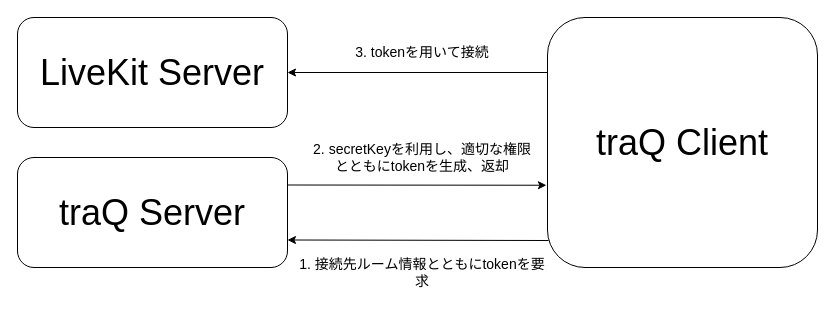
Before: docs/flow.drawio in hijiki51/traq-custom-webrtc-demo, a draw.io diagram. Source tidied: cells renumbered, new cells numbered last; positions are measured from the earlier drawing's top-left corner, leaving out a move shared by most shapes. Both pictures are drawn from the tidied source at 100%, with x=0, y=0 at pixel (17, 17).
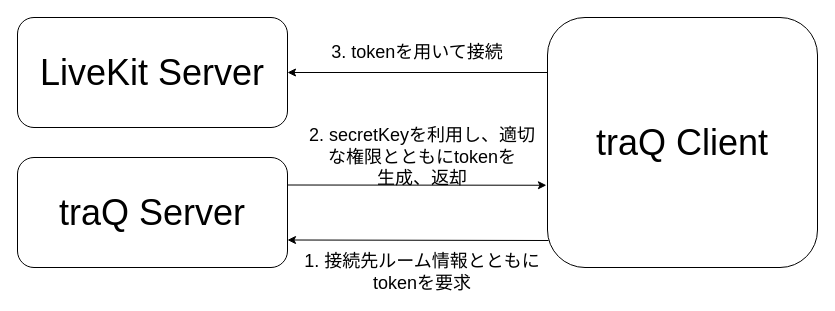
After the change.

What changed in the source:
```diff
@@
 <mxGraphModel>
   <root>
     <mxCell id="0" />
     <mxCell id="1" parent="0" />
     <mxCell id="2" style="group;" parent="1" vertex="1">
       <mxGeometry width="800" height="270" as="geometry" />
     </mxCell>
     <mxCell id="3" value="&lt;font style=&quot;font-size: 36px&quot;&gt;LiveKit Server&lt;/font&gt;" style="rounded=1;whiteSpace=wrap;html=1;" parent="2" vertex="1">
       <mxGeometry width="270" height="110" as="geometry" />
     </mxCell>
     <mxCell id="4" value="&lt;font style=&quot;font-size: 36px&quot;&gt;traQ Server&lt;/font&gt;" style="rounded=1;whiteSpace=wrap;html=1;" parent="2" vertex="1">
       <mxGeometry y="140" width="270" height="110" as="geometry" />
     </mxCell>
     <mxCell id="5" value="&lt;font style=&quot;font-size: 36px&quot;&gt;traQ Client&lt;/font&gt;" style="rounded=1;whiteSpace=wrap;html=1;" parent="2" vertex="1">
       <mxGeometry x="530" width="270" height="250" as="geometry" />
     </mxCell>
     <mxCell id="6" style="endArrow=classic;html=1;entryX=1;entryY=0.75;entryDx=0;entryDy=0;exitX=0.004;exitY=0.892;exitDx=0;exitDy=0;exitPerimeter=0;" parent="2" edge="1" source="5" target="4">
       <mxGeometry relative="1" as="geometry" />
     </mxCell>
     <mxCell id="7" style="endArrow=classic;html=1;exitX=1;exitY=0.25;exitDx=0;exitDy=0;entryX=-0.004;entryY=0.671;entryDx=0;entryDy=0;entryPerimeter=0;" parent="2" edge="1" source="4" target="5">
       <mxGeometry relative="1" as="geometry" />
     </mxCell>
     <mxCell id="8" style="endArrow=classic;html=1;entryX=1;entryY=0.5;entryDx=0;entryDy=0;exitX=-0.001;exitY=0.22;exitDx=0;exitDy=0;exitPerimeter=0;" parent="2" edge="1" source="5" target="3">
       <mxGeometry relative="1" as="geometry" />
     </mxCell>
-    <mxCell id="9" value="&lt;font style=&quot;font-size: 14px&quot;&gt;1. 接続先ルーム情報とともにtokenを要求&lt;/font&gt;" style="text;html=1;strokeColor=none;fillColor=none;align=center;verticalAlign=middle;whiteSpace=wrap;rounded=0;" parent="2" vertex="1">
+    <mxCell id="9" value="&lt;font style=&quot;font-size: 18px&quot;&gt;1. 接続先ルーム情報とともにtokenを要求&lt;/font&gt;" style="text;html=1;strokeColor=none;fillColor=none;align=center;verticalAlign=middle;whiteSpace=wrap;rounded=0;" parent="2" vertex="1">
       <mxGeometry x="280" y="240" width="250" height="30" as="geometry" />
     </mxCell>
-    <mxCell id="10" value="&lt;font style=&quot;font-size: 14px&quot;&gt;2. secretKeyを利用し、適切な権限とともにtokenを生成、返却&lt;/font&gt;" style="text;html=1;strokeColor=none;fillColor=none;align=center;verticalAlign=middle;whiteSpace=wrap;rounded=0;" parent="2" vertex="1">
+    <mxCell id="10" value="&lt;font style=&quot;font-size: 18px&quot;&gt;2. secretKeyを利用し、適切な権限とともにtokenを&lt;br&gt;生成、返却&lt;/font&gt;" style="text;html=1;strokeColor=none;fillColor=none;align=center;verticalAlign=middle;whiteSpace=wrap;rounded=0;" parent="2" vertex="1">
       <mxGeometry x="290" y="120" width="230" height="40" as="geometry" />
     </mxCell>
-    <mxCell id="11" value="&lt;font style=&quot;font-size: 14px&quot;&gt;3. tokenを用いて接続&lt;/font&gt;" style="text;html=1;strokeColor=none;fillColor=none;align=center;verticalAlign=middle;whiteSpace=wrap;rounded=0;" parent="2" vertex="1">
-      <mxGeometry x="320" y="20" width="170" height="30" as="geometry" />
+    <mxCell id="11" value="&lt;font style=&quot;font-size: 18px&quot;&gt;3. tokenを用いて接続&lt;/font&gt;" style="text;html=1;strokeColor=none;fillColor=none;align=center;verticalAlign=middle;whiteSpace=wrap;rounded=0;" parent="2" vertex="1">
+      <mxGeometry x="300" y="20" width="200" height="30" as="geometry" />
     </mxCell>
   </root>
 </mxGraphModel>
```
